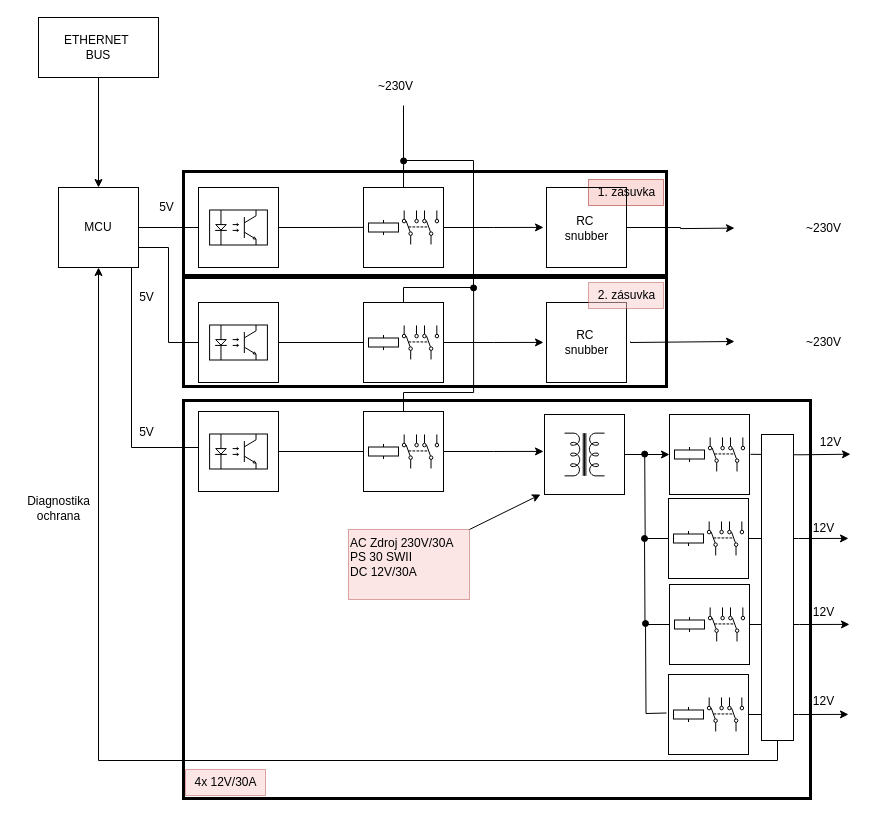
Earlier version of the draw.io diagram blokove_schema.drawio (AdminTextilka/Bakalarka). Source tidied: cells renumbered, new cells numbered last; positions are measured from the earlier drawing's top-left corner, leaving out a move shared by most shapes. Both pictures are drawn from the tidied source at 100%, with x=0, y=0 at pixel (17, 17).
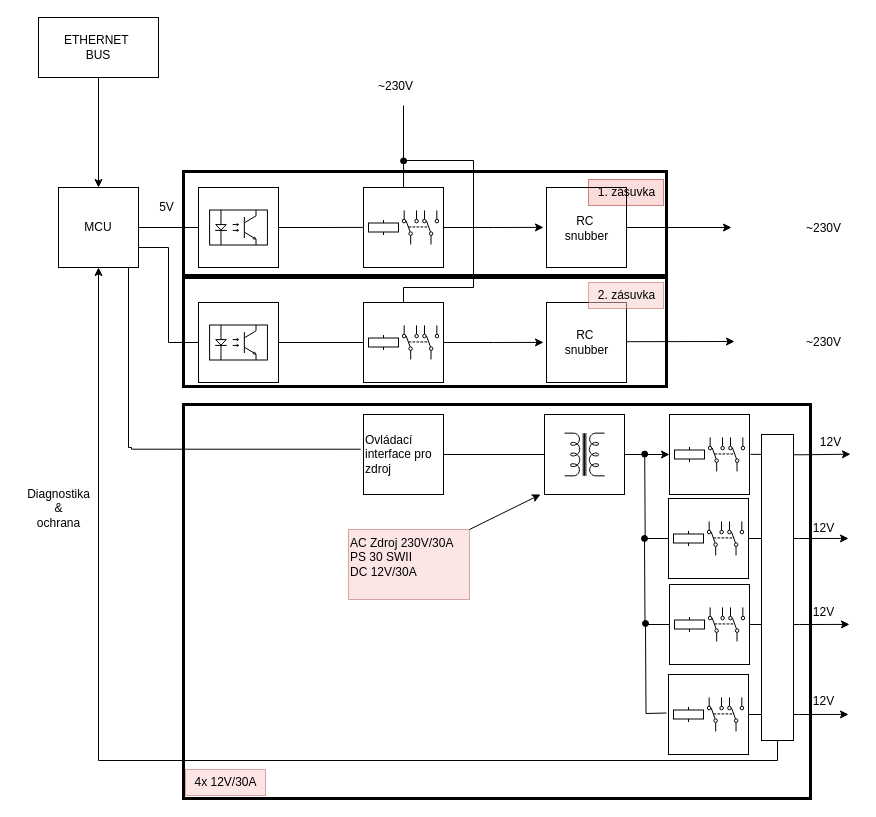
The same page after the edit.

Commit message:
Presun na diagnostické rozhrani u zdroju

The change refers to these unchanged cells:
```xml
<mxCell id="38" style="whiteSpace=wrap;html=1;fillColor=none;" parent="1" vertex="1">
  <mxGeometry x="529" y="170" width="80" height="80" as="geometry" />
</mxCell>
<mxCell id="41" style="whiteSpace=wrap;html=1;fillColor=none;" parent="1" vertex="1">
  <mxGeometry x="529" y="285" width="80" height="80" as="geometry" />
</mxCell>
<mxCell id="57" style="whiteSpace=wrap;html=1;" parent="56" vertex="1">
  <mxGeometry width="80" height="80" as="geometry" />
</mxCell>
```

Diff of the diagram source:
```diff
@@
-    <mxCell id="10" style="edgeStyle=orthogonalEdgeStyle;rounded=0;orthogonalLoop=1;jettySize=auto;html=1;entryX=0;entryY=0.5;entryDx=0;entryDy=0;endArrow=none;endFill=0;" parent="1" edge="1">
+    <mxCell id="10" style="edgeStyle=orthogonalEdgeStyle;rounded=0;jettySize=auto;html=1;entryX=-0.036;entryY=0.434;entryDx=0;entryDy=0;endArrow=none;endFill=0;entryPerimeter=0;" parent="1" edge="1" target="93">
       <mxGeometry relative="1" as="geometry">
         <mxPoint x="111" y="245" as="sourcePoint" />
-        <mxPoint x="181" y="430" as="targetPoint" />
         <Array as="points">
+          <mxPoint x="111" y="430" />
           <mxPoint x="114" y="430" />
+          <mxPoint x="114" y="432" />
         </Array>
       </mxGeometry>
     </mxCell>
@@
-    <mxCell id="33" value="5V" style="text;html=1;align=center;verticalAlign=middle;strokeColor=none;fillColor=none;" parent="1" vertex="1">
-      <mxGeometry x="111" y="265" width="35" height="30" as="geometry" />
-    </mxCell>
-    <mxCell id="34" value="5V" style="text;html=1;align=center;verticalAlign=middle;strokeColor=none;fillColor=none;" parent="1" vertex="1">
-      <mxGeometry x="111" y="400" width="35" height="30" as="geometry" />
-    </mxCell>
@@
-    <mxCell id="37" style="edgeStyle=orthogonalEdgeStyle;rounded=0;jettySize=auto;html=1;" parent="1" edge="1" source="38">
+    <mxCell id="37" style="rounded=0;jettySize=auto;html=1;" parent="1" edge="1" source="38">
       <mxGeometry relative="1" as="geometry">
-        <mxPoint x="717" y="210.6" as="targetPoint" />
+        <mxPoint x="714" y="210" as="targetPoint" />
       </mxGeometry>
     </mxCell>
@@
-    <mxCell id="43" style="edgeStyle=orthogonalEdgeStyle;rounded=0;orthogonalLoop=1;jettySize=auto;html=1;" parent="1" edge="1">
+    <mxCell id="43" style="edgeStyle=orthogonalEdgeStyle;rounded=0;jettySize=auto;html=1;exitX=1.007;exitY=0.49;exitDx=0;exitDy=0;exitPerimeter=0;" parent="1" edge="1" source="41">
       <mxGeometry relative="1" as="geometry">
-        <mxPoint x="613" y="324" as="sourcePoint" />
         <mxPoint x="717" y="324" as="targetPoint" />
         <Array as="points">
-          <mxPoint x="613" y="325" />
+          <mxPoint x="613" y="324" />
         </Array>
       </mxGeometry>
     </mxCell>
@@
-    <mxCell id="45" style="group;" parent="1" vertex="1">
-      <mxGeometry x="181" y="394" width="80" height="80" as="geometry" />
-    </mxCell>
-    <mxCell id="46" style="whiteSpace=wrap;html=1;" parent="45" vertex="1">
-      <mxGeometry width="80" height="80" as="geometry" />
-    </mxCell>
-    <mxCell id="47" style="verticalLabelPosition=bottom;shadow=0;dashed=0;align=center;html=1;verticalAlign=top;shape=mxgraph.electrical.opto_electronics.opto-coupler;" parent="45" vertex="1">
-      <mxGeometry x="11.1" y="22.5" width="57.8" height="35" as="geometry" />
-    </mxCell>
-    <mxCell id="48" style="edgeStyle=orthogonalEdgeStyle;rounded=0;jettySize=auto;html=1;exitX=1;exitY=0.5;exitDx=0;exitDy=0;endArrow=none;endFill=0;" parent="1" edge="1" source="46">
-      <mxGeometry relative="1" as="geometry">
-        <mxPoint x="346" y="434" as="targetPoint" />
-      </mxGeometry>
-    </mxCell>
-    <mxCell id="49" style="group;" parent="1" vertex="1">
-      <mxGeometry x="346" y="394" width="80" height="80" as="geometry" />
-    </mxCell>
-    <mxCell id="50" style="edgeStyle=orthogonalEdgeStyle;rounded=0;jettySize=auto;html=1;exitX=1;exitY=0.5;exitDx=0;exitDy=0;" parent="49" edge="1" source="52">
-      <mxGeometry relative="1" as="geometry">
-        <mxPoint x="180" y="39.9" as="targetPoint" />
-      </mxGeometry>
-    </mxCell>
-    <mxCell id="51" style="edgeStyle=orthogonalEdgeStyle;rounded=0;jettySize=auto;html=1;exitX=0.5;exitY=0;exitDx=0;exitDy=0;endArrow=oval;endFill=1;" parent="49" edge="1" source="52">
-      <mxGeometry relative="1" as="geometry">
-        <mxPoint x="110.1" y="-123.6" as="targetPoint" />
-        <Array as="points">
-          <mxPoint x="40" y="-19" />
-          <mxPoint x="110" y="-19" />
-        </Array>
-      </mxGeometry>
-    </mxCell>
-    <mxCell id="52" style="whiteSpace=wrap;html=1;" parent="49" vertex="1">
-      <mxGeometry width="80" height="80" as="geometry" />
-    </mxCell>
-    <mxCell id="53" style="verticalLabelPosition=bottom;shadow=0;dashed=0;align=center;html=1;verticalAlign=top;shape=mxgraph.electrical.electro-mechanical.dpdt3;elSwitchState=1;rotation=-90;" parent="49" vertex="1">
-      <mxGeometry x="40" y="21.8" width="34" height="36.3" as="geometry" />
-    </mxCell>
-    <mxCell id="54" style="verticalLabelPosition=bottom;shadow=0;dashed=0;align=center;html=1;verticalAlign=top;shape=mxgraph.electrical.electro-mechanical.relay_coil;" parent="49" vertex="1">
-      <mxGeometry x="5" y="32.5" width="30" height="15" as="geometry" />
-    </mxCell>
     <mxCell id="55" style="rounded=0;whiteSpace=wrap;html=1;fillColor=none;strokeWidth=3;" parent="1" vertex="1">
-      <mxGeometry x="166" y="383" width="627" height="398" as="geometry" />
+      <mxGeometry x="166" y="387" width="627" height="394" as="geometry" />
     </mxCell>
@@
-    <mxCell id="88" value="Diagnostika&lt;br&gt;ochrana" style="text;html=1;align=center;verticalAlign=middle;strokeColor=none;fillColor=none;" parent="1" vertex="1">
-      <mxGeometry y="470" width="81" height="41" as="geometry" />
+    <mxCell id="88" value="Diagnostika&lt;br&gt;&amp;amp;&lt;br&gt;ochrana" style="text;html=1;align=center;verticalAlign=middle;strokeColor=none;fillColor=none;" parent="1" vertex="1">
+      <mxGeometry y="463" width="81" height="55" as="geometry" />
     </mxCell>
@@
+    <mxCell id="92" style="edgeStyle=orthogonalEdgeStyle;rounded=0;jettySize=auto;html=1;endArrow=none;endFill=0;" parent="1" edge="1" source="93" target="57">
+      <mxGeometry relative="1" as="geometry" />
+    </mxCell>
+    <mxCell id="93" value="Ovládací interface pro zdroj" style="whiteSpace=wrap;html=1;align=left;" parent="1" vertex="1">
+      <mxGeometry x="346" y="397" width="80" height="80" as="geometry" />
+    </mxCell>
```
